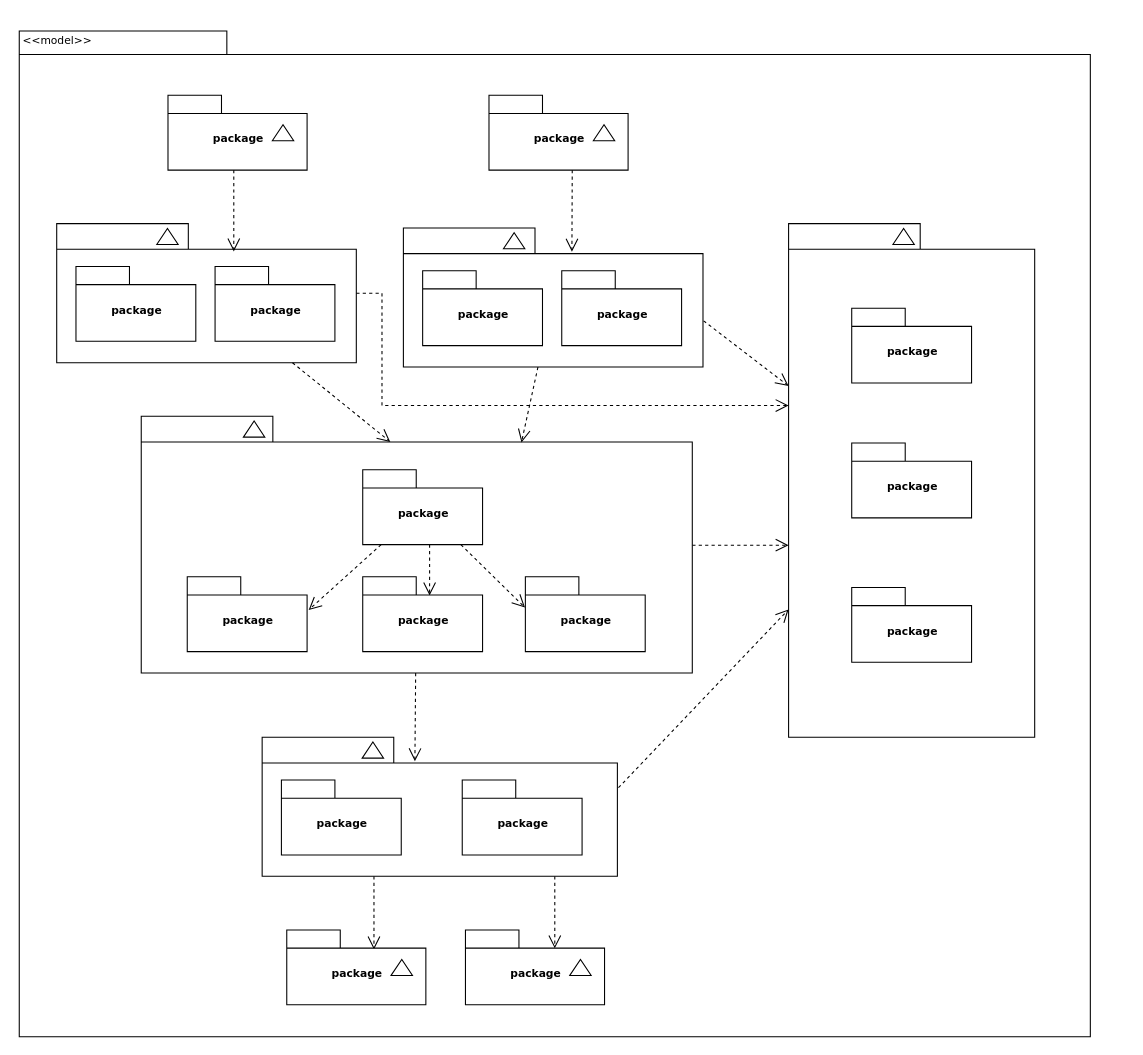
Mango-Soda/dio-trilha-java-intermediario keeps this draw.io diagram as Desafios/poo-iphone/uml/IphoneDiagram.drawio. Above is the earlier version. Source tidied: cells renumbered, new cells numbered last; positions are measured from the earlier drawing's top-left corner, leaving out a move shared by most shapes. Both pictures are drawn from the tidied source at 107%, with x=0, y=0 at pixel (18, 30).
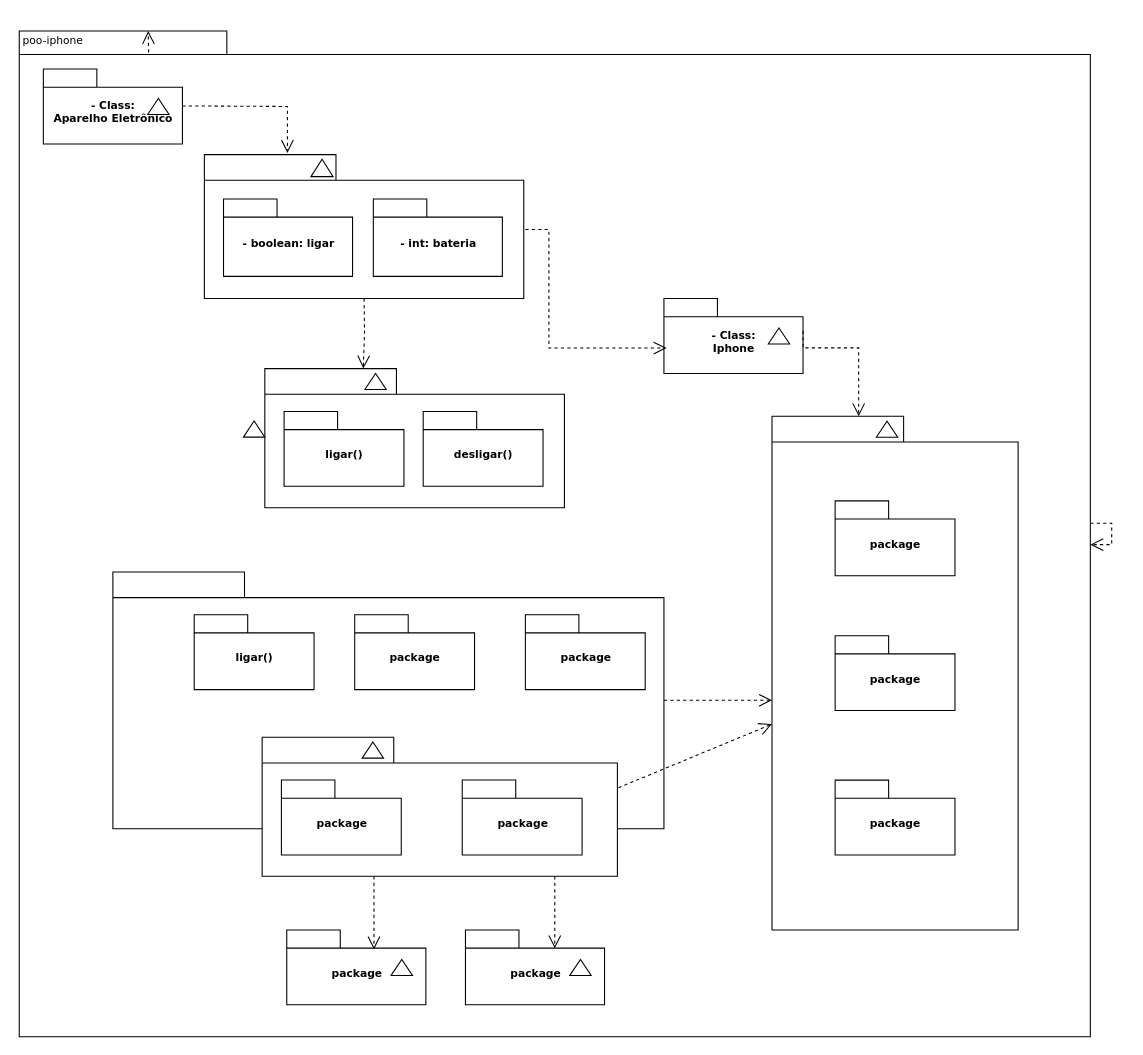
The same page after the edit.

Unchanged cells that the change refers to:
```xml
<mxCell id="2" style="shape=folder;fontStyle=1;spacingTop=10;tabWidth=194;tabHeight=22;tabPosition=left;html=1;rounded=0;shadow=0;comic=0;labelBackgroundColor=none;strokeWidth=1;fillColor=none;fontFamily=Verdana;fontSize=10;align=center;" parent="1" vertex="1">
  <mxGeometry x="0.5" y="0.5" width="1001" height="940" as="geometry" />
</mxCell>
<mxCell id="15" style="shape=folder;fontStyle=1;spacingTop=10;tabWidth=123;tabHeight=24;tabPosition=left;html=1;rounded=0;shadow=0;comic=0;labelBackgroundColor=none;strokeWidth=1;fontFamily=Verdana;fontSize=10;align=center;" parent="14" vertex="1">
  <mxGeometry width="280" height="130" as="geometry" />
</mxCell>
<mxCell id="21" style="shape=folder;fontStyle=1;spacingTop=10;tabWidth=123;tabHeight=24;tabPosition=left;html=1;rounded=0;shadow=0;comic=0;labelBackgroundColor=none;strokeWidth=1;fontFamily=Verdana;fontSize=10;align=center;" parent="20" vertex="1">
  <mxGeometry width="230" height="480" as="geometry" />
</mxCell>
```

Diff of the diagram source:
```diff
@@
     <mxCell id="3" style="group;" parent="1" vertex="1">
-      <mxGeometry x="139.5" y="60.5" width="130" height="70" as="geometry" />
+      <mxGeometry x="23" y="36" width="130" height="70" as="geometry" />
     </mxCell>
-    <mxCell id="4" value="package" style="shape=folder;fontStyle=1;spacingTop=10;tabWidth=50;tabHeight=17;tabPosition=left;html=1;rounded=0;shadow=0;comic=0;labelBackgroundColor=none;strokeWidth=1;fontFamily=Verdana;fontSize=10;align=center;" parent="3" vertex="1">
+    <mxCell id="4" value="- Class:&lt;div&gt;Aparelho Eletrônico&lt;/div&gt;" style="shape=folder;fontStyle=1;spacingTop=10;tabWidth=50;tabHeight=17;tabPosition=left;html=1;rounded=0;shadow=0;comic=0;labelBackgroundColor=none;strokeWidth=1;fontFamily=Verdana;fontSize=10;align=center;" parent="3" vertex="1">
       <mxGeometry width="130" height="70" as="geometry" />
     </mxCell>
@@
     <mxCell id="6" style="group;" parent="1" vertex="1">
-      <mxGeometry x="439.5" y="60.5" width="130" height="70" as="geometry" />
+      <mxGeometry x="603" y="250.5" width="130" height="70" as="geometry" />
     </mxCell>
-    <mxCell id="7" value="package" style="shape=folder;fontStyle=1;spacingTop=10;tabWidth=50;tabHeight=17;tabPosition=left;html=1;rounded=0;shadow=0;comic=0;labelBackgroundColor=none;strokeWidth=1;fontFamily=Verdana;fontSize=10;align=center;" parent="6" vertex="1">
+    <mxCell id="7" value="- Class:&lt;div&gt;Iphone&lt;/div&gt;" style="shape=folder;fontStyle=1;spacingTop=10;tabWidth=50;tabHeight=17;tabPosition=left;html=1;rounded=0;shadow=0;comic=0;labelBackgroundColor=none;strokeWidth=1;fontFamily=Verdana;fontSize=10;align=center;" parent="6" vertex="1">
       <mxGeometry width="130" height="70" as="geometry" />
     </mxCell>
@@
     <mxCell id="9" style="group;" parent="1" vertex="1">
-      <mxGeometry x="35.5" y="180.5" width="280" height="130" as="geometry" />
+      <mxGeometry x="172" y="116" width="301.5" height="134.5" as="geometry" />
     </mxCell>
     <mxCell id="10" style="shape=folder;fontStyle=1;spacingTop=10;tabWidth=123;tabHeight=24;tabPosition=left;html=1;rounded=0;shadow=0;comic=0;labelBackgroundColor=none;strokeWidth=1;fontFamily=Verdana;fontSize=10;align=center;" parent="9" vertex="1">
-      <mxGeometry width="280" height="130" as="geometry" />
+      <mxGeometry x="1.5" width="298.5" height="134.5" as="geometry" />
     </mxCell>
     <mxCell id="11" style="triangle;whiteSpace=wrap;html=1;rounded=0;shadow=0;comic=0;labelBackgroundColor=none;strokeWidth=1;fontFamily=Verdana;fontSize=10;align=center;rotation=-90;" parent="9" vertex="1">
-      <mxGeometry x="96" y="2" width="15" height="20" as="geometry" />
+      <mxGeometry x="103.4" y="2.1" width="16.2" height="20.7" as="geometry" />
     </mxCell>
-    <mxCell id="12" value="package" style="shape=folder;fontStyle=1;spacingTop=10;tabWidth=50;tabHeight=17;tabPosition=left;html=1;rounded=0;shadow=0;comic=0;labelBackgroundColor=none;strokeWidth=1;fontFamily=Verdana;fontSize=10;align=center;" parent="9" vertex="1">
-      <mxGeometry x="18" y="40" width="112" height="70" as="geometry" />
+    <mxCell id="12" value="- boolean: ligar" style="shape=folder;fontStyle=1;spacingTop=10;tabWidth=50;tabHeight=17;tabPosition=left;html=1;rounded=0;shadow=0;comic=0;labelBackgroundColor=none;strokeWidth=1;fontFamily=Verdana;fontSize=10;align=center;" parent="9" vertex="1">
+      <mxGeometry x="19.4" y="41.4" width="120.6" height="72.4" as="geometry" />
     </mxCell>
-    <mxCell id="13" value="package" style="shape=folder;fontStyle=1;spacingTop=10;tabWidth=50;tabHeight=17;tabPosition=left;html=1;rounded=0;shadow=0;comic=0;labelBackgroundColor=none;strokeWidth=1;fontFamily=Verdana;fontSize=10;align=center;" parent="9" vertex="1">
-      <mxGeometry x="148" y="40" width="112" height="70" as="geometry" />
+    <mxCell id="13" value="- int: bateria" style="shape=folder;fontStyle=1;spacingTop=10;tabWidth=50;tabHeight=17;tabPosition=left;html=1;rounded=0;shadow=0;comic=0;labelBackgroundColor=none;strokeWidth=1;fontFamily=Verdana;fontSize=10;align=center;" parent="9" vertex="1">
+      <mxGeometry x="159.4" y="41.4" width="120.6" height="72.4" as="geometry" />
     </mxCell>
     <mxCell id="14" style="group;" parent="1" vertex="1">
-      <mxGeometry x="359.5" y="184.5" width="280" height="130" as="geometry" />
+      <mxGeometry x="230" y="316" width="280" height="130" as="geometry" />
     </mxCell>
@@
-    <mxCell id="17" value="package" style="shape=folder;fontStyle=1;spacingTop=10;tabWidth=50;tabHeight=17;tabPosition=left;html=1;rounded=0;shadow=0;comic=0;labelBackgroundColor=none;strokeWidth=1;fontFamily=Verdana;fontSize=10;align=center;" parent="14" vertex="1">
+    <mxCell id="17" value="ligar()" style="shape=folder;fontStyle=1;spacingTop=10;tabWidth=50;tabHeight=17;tabPosition=left;html=1;rounded=0;shadow=0;comic=0;labelBackgroundColor=none;strokeWidth=1;fontFamily=Verdana;fontSize=10;align=center;" parent="14" vertex="1">
       <mxGeometry x="18" y="40" width="112" height="70" as="geometry" />
     </mxCell>
-    <mxCell id="18" value="package" style="shape=folder;fontStyle=1;spacingTop=10;tabWidth=50;tabHeight=17;tabPosition=left;html=1;rounded=0;shadow=0;comic=0;labelBackgroundColor=none;strokeWidth=1;fontFamily=Verdana;fontSize=10;align=center;" parent="14" vertex="1">
+    <mxCell id="18" value="desligar()" style="shape=folder;fontStyle=1;spacingTop=10;tabWidth=50;tabHeight=17;tabPosition=left;html=1;rounded=0;shadow=0;comic=0;labelBackgroundColor=none;strokeWidth=1;fontFamily=Verdana;fontSize=10;align=center;" parent="14" vertex="1">
       <mxGeometry x="148" y="40" width="112" height="70" as="geometry" />
     </mxCell>
     <mxCell id="19" style="group;" parent="1" vertex="1">
-      <mxGeometry x="719.5" y="180.5" width="230" height="480" as="geometry" />
+      <mxGeometry x="704" y="360.6" width="230" height="480" as="geometry" />
     </mxCell>
@@
     <mxCell id="28" style="shape=folder;fontStyle=1;spacingTop=10;tabWidth=123;tabHeight=24;tabPosition=left;html=1;rounded=0;shadow=0;comic=0;labelBackgroundColor=none;strokeColor=#000000;strokeWidth=1;fillColor=#ffffff;fontFamily=Verdana;fontSize=10;fontColor=#000000;align=center;" parent="1" vertex="1">
-      <mxGeometry x="114.5" y="360.5" width="515" height="240" as="geometry" />
+      <mxGeometry x="88" y="506" width="515" height="240" as="geometry" />
     </mxCell>
-    <mxCell id="29" style="edgeStyle=elbowEdgeStyle;rounded=0;html=1;entryX=0.559;entryY=0.251;entryPerimeter=0;dashed=1;labelBackgroundColor=none;startFill=0;endArrow=open;endFill=0;endSize=10;fontFamily=Verdana;fontSize=10;" parent="1" edge="1" source="32" target="34">
-      <mxGeometry relative="1" as="geometry" />
-    </mxCell>
-    <mxCell id="30" style="edgeStyle=none;rounded=0;html=1;dashed=1;labelBackgroundColor=none;startFill=0;endArrow=open;endFill=0;endSize=10;fontFamily=Verdana;fontSize=10;entryX=-0.003;entryY=0.411;entryPerimeter=0;" parent="1" edge="1" source="32" target="35">
-      <mxGeometry relative="1" as="geometry" />
-    </mxCell>
-    <mxCell id="31" style="edgeStyle=none;rounded=0;html=1;dashed=1;labelBackgroundColor=none;startFill=0;endArrow=open;endFill=0;endSize=10;fontFamily=Verdana;fontSize=10;entryX=1.013;entryY=0.444;entryPerimeter=0;" parent="1" edge="1" source="32" target="33">
-      <mxGeometry relative="1" as="geometry" />
-    </mxCell>
-    <mxCell id="32" value="package" style="shape=folder;fontStyle=1;spacingTop=10;tabWidth=50;tabHeight=17;tabPosition=left;html=1;rounded=0;shadow=0;comic=0;labelBackgroundColor=none;strokeColor=#000000;strokeWidth=1;fillColor=#ffffff;fontFamily=Verdana;fontSize=10;fontColor=#000000;align=center;" parent="1" vertex="1">
-      <mxGeometry x="321.5" y="410.5" width="112" height="70" as="geometry" />
-    </mxCell>
-    <mxCell id="33" value="package" style="shape=folder;fontStyle=1;spacingTop=10;tabWidth=50;tabHeight=17;tabPosition=left;html=1;rounded=0;shadow=0;comic=0;labelBackgroundColor=none;strokeColor=#000000;strokeWidth=1;fillColor=#ffffff;fontFamily=Verdana;fontSize=10;fontColor=#000000;align=center;" parent="1" vertex="1">
-      <mxGeometry x="157.5" y="510.5" width="112" height="70" as="geometry" />
+    <mxCell id="33" value="ligar()" style="shape=folder;fontStyle=1;spacingTop=10;tabWidth=50;tabHeight=17;tabPosition=left;html=1;rounded=0;shadow=0;comic=0;labelBackgroundColor=none;strokeColor=#000000;strokeWidth=1;fillColor=#ffffff;fontFamily=Verdana;fontSize=10;fontColor=#000000;align=center;" parent="1" vertex="1">
+      <mxGeometry x="164" y="546" width="112" height="70" as="geometry" />
     </mxCell>
     <mxCell id="34" value="package" style="shape=folder;fontStyle=1;spacingTop=10;tabWidth=50;tabHeight=17;tabPosition=left;html=1;rounded=0;shadow=0;comic=0;labelBackgroundColor=none;strokeColor=#000000;strokeWidth=1;fillColor=#ffffff;fontFamily=Verdana;fontSize=10;fontColor=#000000;align=center;" parent="1" vertex="1">
-      <mxGeometry x="321.5" y="510.5" width="112" height="70" as="geometry" />
+      <mxGeometry x="314" y="546" width="112" height="70" as="geometry" />
     </mxCell>
     <mxCell id="35" value="package" style="shape=folder;fontStyle=1;spacingTop=10;tabWidth=50;tabHeight=17;tabPosition=left;html=1;rounded=0;shadow=0;comic=0;labelBackgroundColor=none;strokeColor=#000000;strokeWidth=1;fillColor=#ffffff;fontFamily=Verdana;fontSize=10;fontColor=#000000;align=center;" parent="1" vertex="1">
-      <mxGeometry x="473.5" y="510.5" width="112" height="70" as="geometry" />
+      <mxGeometry x="473.5" y="546" width="112" height="70" as="geometry" />
     </mxCell>
@@
-    <mxCell id="50" style="rounded=0;html=1;dashed=1;labelBackgroundColor=none;startFill=0;endArrow=open;endFill=0;endSize=10;fontFamily=Verdana;fontSize=10;entryX=0.592;entryY=0.2;entryPerimeter=0;edgeStyle=elbowEdgeStyle;" parent="1" edge="1" source="4" target="10">
-      <mxGeometry relative="1" as="geometry" />
+    <mxCell id="50" style="rounded=0;html=1;dashed=1;labelBackgroundColor=none;startFill=0;endArrow=open;endFill=0;endSize=10;fontFamily=Verdana;fontSize=10;edgeStyle=elbowEdgeStyle;" parent="1" edge="1" target="2">
+      <mxGeometry relative="1" as="geometry">
+        <mxPoint x="121.4" y="20.5" as="sourcePoint" />
+      </mxGeometry>
     </mxCell>
-    <mxCell id="51" style="rounded=0;html=1;dashed=1;labelBackgroundColor=none;startFill=0;endArrow=open;endFill=0;endSize=10;fontFamily=Verdana;fontSize=10;entryX=0.592;entryY=0.2;entryPerimeter=0;edgeStyle=elbowEdgeStyle;" parent="1" edge="1">
-      <mxGeometry relative="1" as="geometry">
-        <mxPoint x="517.3" y="130.5" as="sourcePoint" />
-        <mxPoint x="517.3" y="206.8" as="targetPoint" />
-      </mxGeometry>
+    <mxCell id="51" style="rounded=0;html=1;dashed=1;labelBackgroundColor=none;startFill=0;endArrow=open;endFill=0;endSize=10;fontFamily=Verdana;fontSize=10;edgeStyle=elbowEdgeStyle;" parent="1" edge="1" source="2" target="2">
+      <mxGeometry relative="1" as="geometry" />
     </mxCell>
-    <mxCell id="52" style="rounded=0;html=1;entryX=0.452;entryY=0.1;entryPerimeter=0;dashed=1;labelBackgroundColor=none;startFill=0;endArrow=open;endFill=0;endSize=10;fontFamily=Verdana;fontSize=10;" parent="1" edge="1" source="10" target="28">
-      <mxGeometry relative="1" as="geometry" />
+    <mxCell id="52" style="rounded=0;html=1;dashed=1;labelBackgroundColor=none;startFill=0;endArrow=open;endFill=0;endSize=10;fontFamily=Verdana;fontSize=10;exitX=0.5;exitY=1;exitDx=0;exitDy=0;exitPerimeter=0;" parent="1" edge="1" source="10">
+      <mxGeometry relative="1" as="geometry">
+        <mxPoint x="322" y="316" as="targetPoint" />
+        <Array as="points">
+          <mxPoint x="323.2" y="281.5" />
+        </Array>
+      </mxGeometry>
     </mxCell>
-    <mxCell id="53" style="edgeStyle=none;rounded=0;html=1;entryX=0.69;entryY=0.102;entryPerimeter=0;dashed=1;labelBackgroundColor=none;startFill=0;endArrow=open;endFill=0;endSize=10;fontFamily=Verdana;fontSize=10;" parent="1" edge="1" source="15" target="28">
-      <mxGeometry relative="1" as="geometry" />
-    </mxCell>
-    <mxCell id="54" style="edgeStyle=none;rounded=0;html=1;dashed=1;labelBackgroundColor=none;startFill=0;endArrow=open;endFill=0;endSize=10;fontFamily=Verdana;fontSize=10;exitX=1.002;exitY=0.668;exitPerimeter=0;" parent="1" edge="1" source="15" target="21">
-      <mxGeometry relative="1" as="geometry" />
-    </mxCell>
-    <mxCell id="55" style="edgeStyle=orthogonalEdgeStyle;rounded=0;html=1;dashed=1;labelBackgroundColor=none;startFill=0;endArrow=open;endFill=0;endSize=10;fontFamily=Verdana;fontSize=10;" parent="1" edge="1" source="10" target="21">
+    <mxCell id="55" style="edgeStyle=orthogonalEdgeStyle;rounded=0;html=1;dashed=1;labelBackgroundColor=none;startFill=0;endArrow=open;endFill=0;endSize=10;fontFamily=Verdana;fontSize=10;exitX=0;exitY=0;exitDx=298.5;exitDy=79.25;exitPerimeter=0;" parent="1" edge="1">
       <mxGeometry relative="1" as="geometry">
+        <mxPoint x="473.5" y="186" as="sourcePoint" />
+        <mxPoint x="605.5" y="296.8" as="targetPoint" />
         <Array as="points">
-          <mxPoint x="339.5" y="245.5" />
-          <mxPoint x="339.5" y="350.5" />
+          <mxPoint x="495.5" y="185.8" />
+          <mxPoint x="495.5" y="296.8" />
         </Array>
       </mxGeometry>
     </mxCell>
-    <mxCell id="56" value="&amp;lt;&amp;lt;model&amp;gt;&amp;gt;" style="text;html=1;align=left;verticalAlign=top;spacingTop=-4;fontSize=10;fontFamily=Verdana;" parent="1" vertex="1">
+    <mxCell id="56" value="&lt;div&gt;poo-iphone&lt;/div&gt;&lt;div&gt;&lt;br&gt;&lt;/div&gt;" style="text;html=1;align=left;verticalAlign=top;spacingTop=-4;fontSize=10;fontFamily=Verdana;" parent="1" vertex="1">
       <mxGeometry x="1.5" y="0.5" width="130" height="20" as="geometry" />
     </mxCell>
+    <mxCell id="57" style="edgeStyle=elbowEdgeStyle;rounded=0;html=1;dashed=1;labelBackgroundColor=none;startFill=0;endArrow=open;endFill=0;endSize=10;fontFamily=Verdana;fontSize=10;elbow=vertical;entryX=0.26;entryY=-0.012;entryDx=0;entryDy=0;entryPerimeter=0;" parent="1" edge="1" target="10">
+      <mxGeometry relative="1" as="geometry">
+        <mxPoint x="153" y="70.5" as="sourcePoint" />
+        <Array as="points">
+          <mxPoint x="214" y="71" />
+        </Array>
+      </mxGeometry>
+    </mxCell>
+    <mxCell id="58" style="edgeStyle=orthogonalEdgeStyle;rounded=0;html=1;dashed=1;labelBackgroundColor=none;startFill=0;endArrow=open;endFill=0;endSize=10;fontFamily=Verdana;fontSize=10;exitX=0;exitY=0;exitDx=130;exitDy=30.25;exitPerimeter=0;" parent="1" edge="1" source="7" target="21">
+      <mxGeometry relative="1" as="geometry">
+        <Array as="points">
+          <mxPoint x="785" y="296.6" />
+        </Array>
+      </mxGeometry>
+    </mxCell>
```
